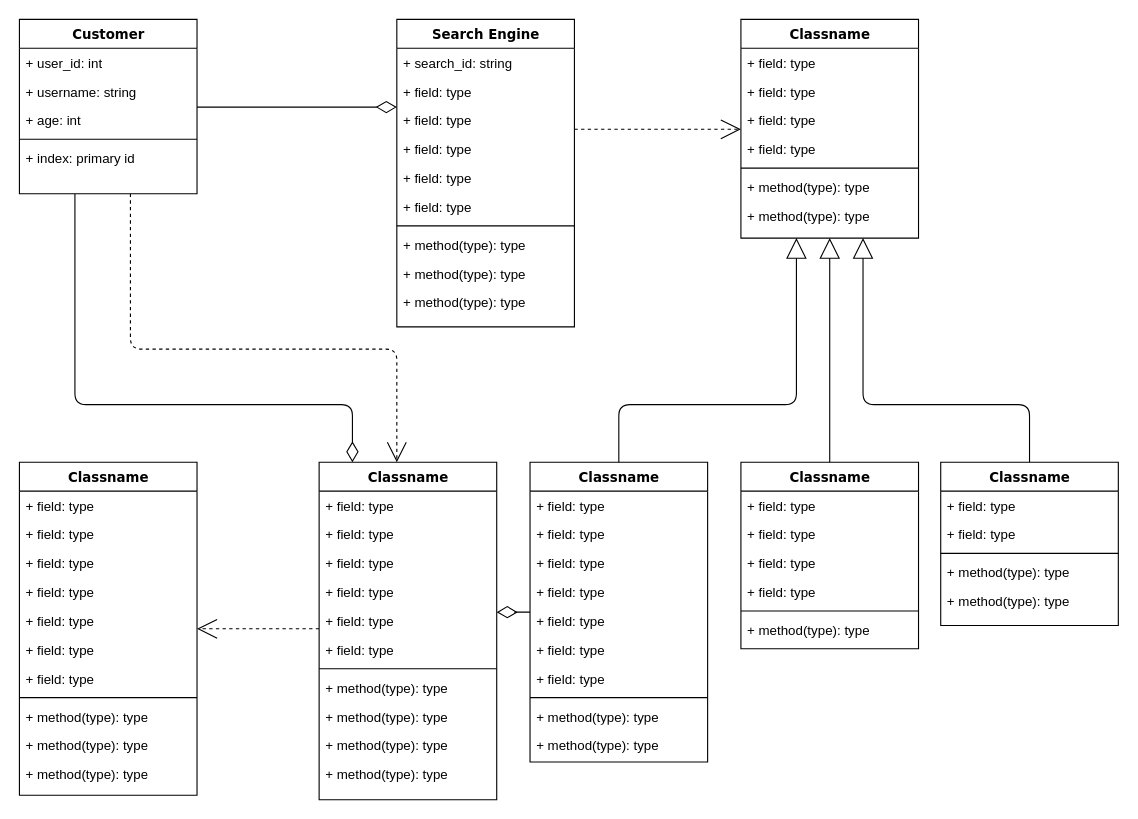
The draw.io diagram Untitled Diagram.drawio in whyllard/weng, before the edit. Source tidied: cells renumbered, new cells numbered last; positions are measured from the earlier drawing's top-left corner, leaving out a move shared by most shapes. Both pictures are drawn from the tidied source at 111%, with x=0, y=0 at pixel (19, 19).
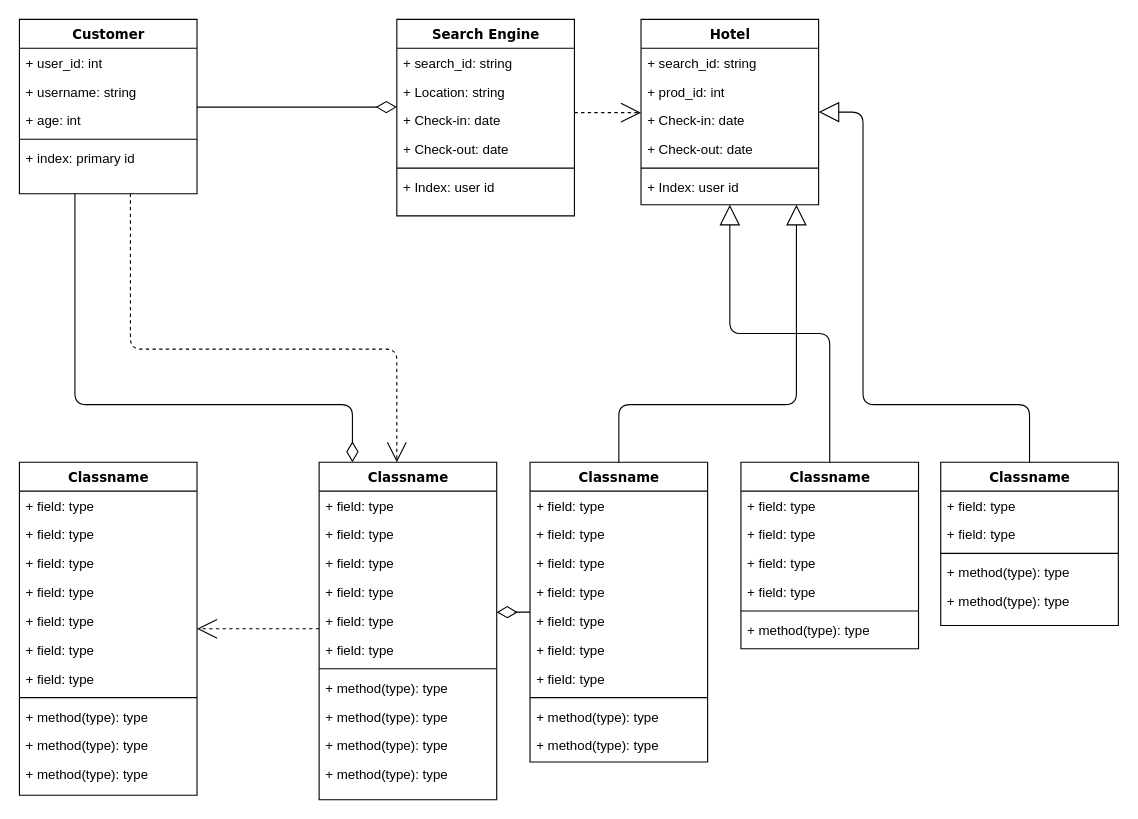
The same page after the edit.

Change to the diagram source:
```diff
@@
     <mxCell id="11" value="Search Engine" style="swimlane;html=1;fontStyle=1;align=center;verticalAlign=top;horizontal=1;startSize=26;swimlaneFillColor=#ffffff;rounded=0;shadow=0;comic=0;labelBackgroundColor=none;strokeWidth=1;fillColor=none;fontFamily=Verdana;fontSize=12;" parent="1" vertex="1">
-      <mxGeometry x="340" width="160" height="277" as="geometry" />
+      <mxGeometry x="340" width="160" height="177" as="geometry" />
     </mxCell>
@@
-    <mxCell id="13" value="+ field: type" style="text;html=1;strokeColor=none;fillColor=none;align=left;verticalAlign=top;spacingLeft=4;spacingRight=4;whiteSpace=wrap;overflow=hidden;" parent="11" vertex="1">
+    <mxCell id="13" value="+ Location: string" style="text;html=1;strokeColor=none;fillColor=none;align=left;verticalAlign=top;spacingLeft=4;spacingRight=4;whiteSpace=wrap;overflow=hidden;" parent="11" vertex="1">
       <mxGeometry y="52" width="160" height="26" as="geometry" />
     </mxCell>
-    <mxCell id="14" value="+ field: type" style="text;html=1;strokeColor=none;fillColor=none;align=left;verticalAlign=top;spacingLeft=4;spacingRight=4;whiteSpace=wrap;overflow=hidden;" parent="11" vertex="1">
+    <mxCell id="14" value="+ Check-in: date" style="text;html=1;strokeColor=none;fillColor=none;align=left;verticalAlign=top;spacingLeft=4;spacingRight=4;whiteSpace=wrap;overflow=hidden;" parent="11" vertex="1">
       <mxGeometry y="78" width="160" height="26" as="geometry" />
     </mxCell>
-    <mxCell id="15" value="+ field: type" style="text;html=1;strokeColor=none;fillColor=none;align=left;verticalAlign=top;spacingLeft=4;spacingRight=4;whiteSpace=wrap;overflow=hidden;" parent="11" vertex="1">
+    <mxCell id="15" value="+ Check-out: date" style="text;html=1;strokeColor=none;fillColor=none;align=left;verticalAlign=top;spacingLeft=4;spacingRight=4;whiteSpace=wrap;overflow=hidden;" parent="11" vertex="1">
       <mxGeometry y="104" width="160" height="26" as="geometry" />
     </mxCell>
-    <mxCell id="16" value="+ field: type" style="text;html=1;strokeColor=none;fillColor=none;align=left;verticalAlign=top;spacingLeft=4;spacingRight=4;whiteSpace=wrap;overflow=hidden;" parent="11" vertex="1">
-      <mxGeometry y="130" width="160" height="26" as="geometry" />
-    </mxCell>
-    <mxCell id="17" value="+ field: type" style="text;html=1;strokeColor=none;fillColor=none;align=left;verticalAlign=top;spacingLeft=4;spacingRight=4;whiteSpace=wrap;overflow=hidden;" parent="11" vertex="1">
-      <mxGeometry y="156" width="160" height="26" as="geometry" />
-    </mxCell>
     <mxCell id="18" style="line;html=1;strokeWidth=1;fillColor=none;align=left;verticalAlign=middle;spacingTop=-1;spacingLeft=3;spacingRight=3;labelPosition=right;" parent="11" vertex="1">
-      <mxGeometry y="182" width="160" height="8" as="geometry" />
+      <mxGeometry y="130" width="160" height="8" as="geometry" />
     </mxCell>
-    <mxCell id="19" value="+ method(type): type" style="text;html=1;strokeColor=none;fillColor=none;align=left;verticalAlign=top;spacingLeft=4;spacingRight=4;whiteSpace=wrap;overflow=hidden;" parent="11" vertex="1">
-      <mxGeometry y="190" width="160" height="26" as="geometry" />
-    </mxCell>
-    <mxCell id="20" value="+ method(type): type" style="text;html=1;strokeColor=none;fillColor=none;align=left;verticalAlign=top;spacingLeft=4;spacingRight=4;whiteSpace=wrap;overflow=hidden;" parent="11" vertex="1">
-      <mxGeometry y="216" width="160" height="26" as="geometry" />
-    </mxCell>
-    <mxCell id="21" value="+ method(type): type" style="text;html=1;strokeColor=none;fillColor=none;align=left;verticalAlign=top;spacingLeft=4;spacingRight=4;whiteSpace=wrap;overflow=hidden;" parent="11" vertex="1">
-      <mxGeometry y="242" width="160" height="26" as="geometry" />
+    <mxCell id="21" value="+ Index: user id" style="text;html=1;strokeColor=none;fillColor=none;align=left;verticalAlign=top;spacingLeft=4;spacingRight=4;whiteSpace=wrap;overflow=hidden;" parent="11" vertex="1">
+      <mxGeometry y="138" width="160" height="26" as="geometry" />
     </mxCell>
-    <mxCell id="22" value="Classname" style="swimlane;html=1;fontStyle=1;align=center;verticalAlign=top;horizontal=1;startSize=26;swimlaneFillColor=#ffffff;rounded=0;shadow=0;comic=0;labelBackgroundColor=none;strokeWidth=1;fillColor=none;fontFamily=Verdana;fontSize=12;" parent="1" vertex="1">
-      <mxGeometry x="650" width="160" height="197" as="geometry" />
+    <mxCell id="22" value="Hotel" style="swimlane;html=1;fontStyle=1;align=center;verticalAlign=top;horizontal=1;startSize=26;swimlaneFillColor=#ffffff;rounded=0;shadow=0;comic=0;labelBackgroundColor=none;strokeWidth=1;fillColor=none;fontFamily=Verdana;fontSize=12;" parent="1" vertex="1">
+      <mxGeometry x="560" width="160" height="167" as="geometry" />
     </mxCell>
-    <mxCell id="23" value="+ field: type" style="text;html=1;strokeColor=none;fillColor=none;align=left;verticalAlign=top;spacingLeft=4;spacingRight=4;whiteSpace=wrap;overflow=hidden;" parent="22" vertex="1">
+    <mxCell id="23" value="+ search_id: string" style="text;html=1;strokeColor=none;fillColor=none;align=left;verticalAlign=top;spacingLeft=4;spacingRight=4;whiteSpace=wrap;overflow=hidden;" parent="22" vertex="1">
       <mxGeometry y="26" width="160" height="26" as="geometry" />
     </mxCell>
-    <mxCell id="24" value="+ field: type" style="text;html=1;strokeColor=none;fillColor=none;align=left;verticalAlign=top;spacingLeft=4;spacingRight=4;whiteSpace=wrap;overflow=hidden;" parent="22" vertex="1">
+    <mxCell id="24" value="+ prod_id: int" style="text;html=1;strokeColor=none;fillColor=none;align=left;verticalAlign=top;spacingLeft=4;spacingRight=4;whiteSpace=wrap;overflow=hidden;" parent="22" vertex="1">
       <mxGeometry y="52" width="160" height="26" as="geometry" />
     </mxCell>
-    <mxCell id="25" value="+ field: type" style="text;html=1;strokeColor=none;fillColor=none;align=left;verticalAlign=top;spacingLeft=4;spacingRight=4;whiteSpace=wrap;overflow=hidden;" parent="22" vertex="1">
+    <mxCell id="25" value="+ Check-in: date" style="text;html=1;strokeColor=none;fillColor=none;align=left;verticalAlign=top;spacingLeft=4;spacingRight=4;whiteSpace=wrap;overflow=hidden;" parent="22" vertex="1">
       <mxGeometry y="78" width="160" height="26" as="geometry" />
     </mxCell>
-    <mxCell id="26" value="+ field: type" style="text;html=1;strokeColor=none;fillColor=none;align=left;verticalAlign=top;spacingLeft=4;spacingRight=4;whiteSpace=wrap;overflow=hidden;" parent="22" vertex="1">
+    <mxCell id="26" value="+ Check-out: date" style="text;html=1;strokeColor=none;fillColor=none;align=left;verticalAlign=top;spacingLeft=4;spacingRight=4;whiteSpace=wrap;overflow=hidden;" parent="22" vertex="1">
       <mxGeometry y="104" width="160" height="26" as="geometry" />
     </mxCell>
@@
-    <mxCell id="28" value="+ method(type): type" style="text;html=1;strokeColor=none;fillColor=none;align=left;verticalAlign=top;spacingLeft=4;spacingRight=4;whiteSpace=wrap;overflow=hidden;" parent="22" vertex="1">
+    <mxCell id="28" value="+ Index: user id" style="text;html=1;strokeColor=none;fillColor=none;align=left;verticalAlign=top;spacingLeft=4;spacingRight=4;whiteSpace=wrap;overflow=hidden;" parent="22" vertex="1">
       <mxGeometry y="138" width="160" height="26" as="geometry" />
     </mxCell>
-    <mxCell id="29" value="+ method(type): type" style="text;html=1;strokeColor=none;fillColor=none;align=left;verticalAlign=top;spacingLeft=4;spacingRight=4;whiteSpace=wrap;overflow=hidden;" parent="22" vertex="1">
-      <mxGeometry y="164" width="160" height="26" as="geometry" />
-    </mxCell>
```
